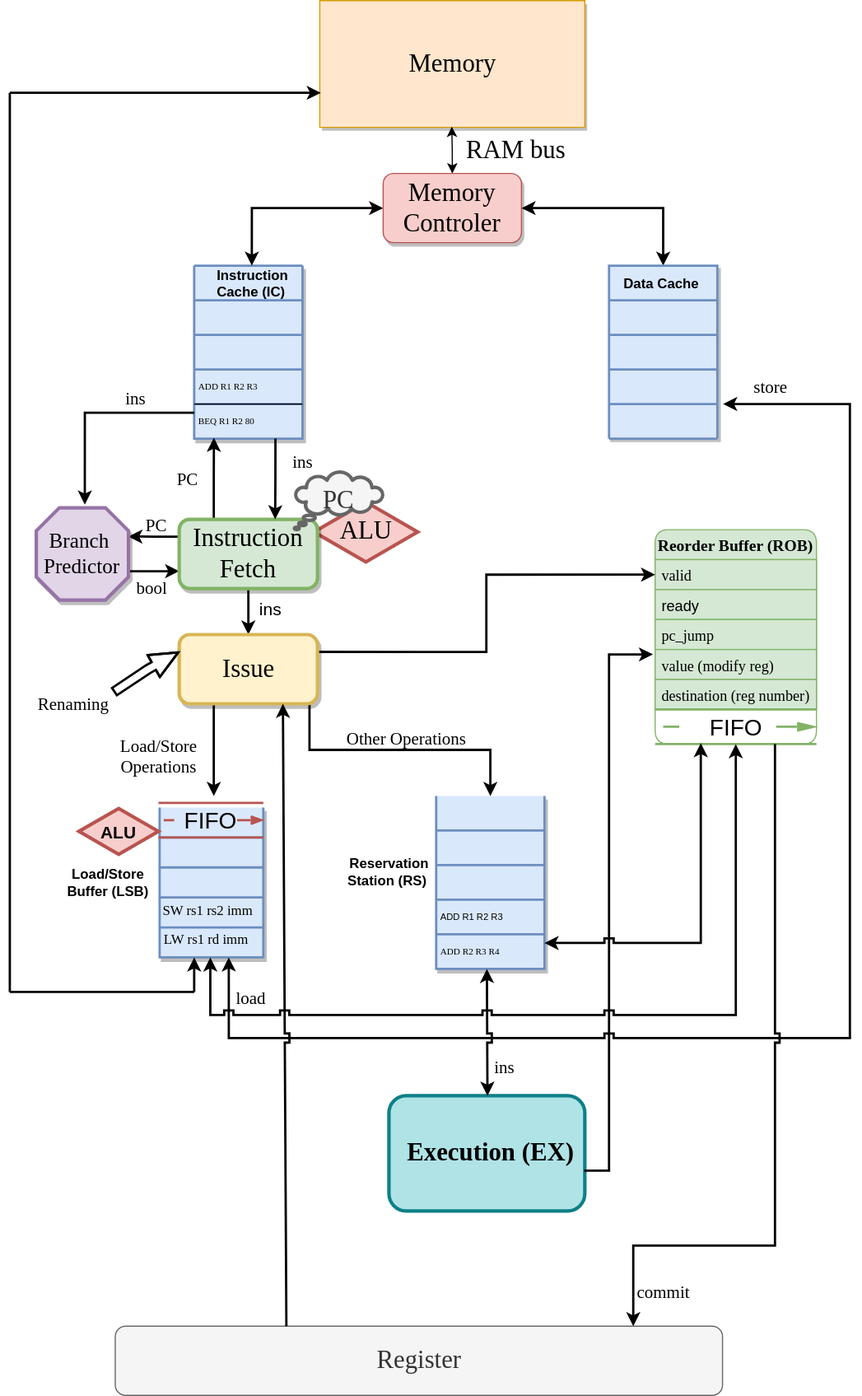
Above: design.svg in Vexoben/RISCV-CPU-for-Course (draw.io), before the change. Source tidied: cells renumbered, new cells last; positions are measured from the earlier drawing's top-left corner, leaving out a move shared by most shapes.
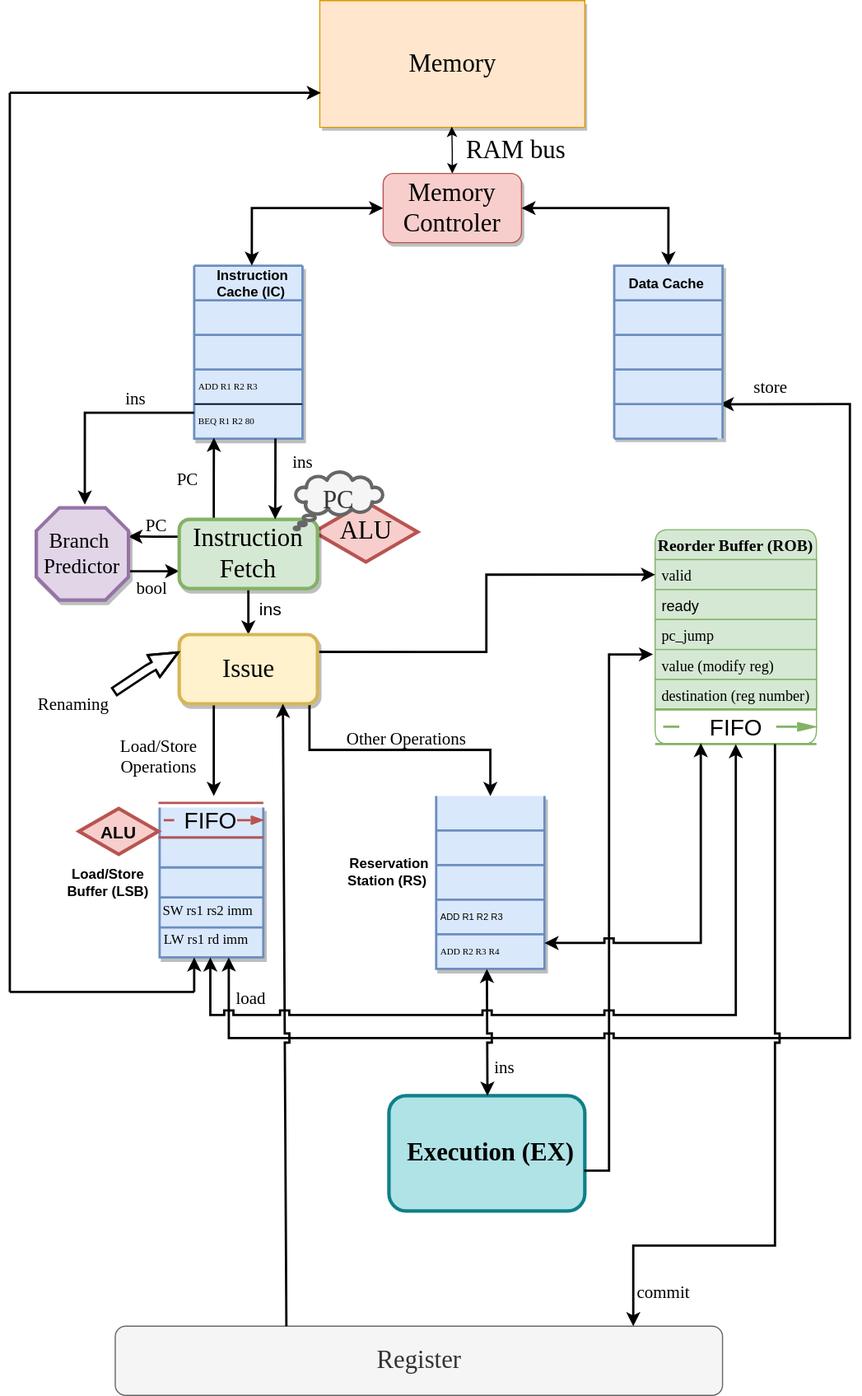
The same diagram one commit later.

The edit, as a diff of the source:
```diff
@@ -132,9 +132,8 @@
     <mxCell id="39" value="RAM bus" style="text;html=1;align=center;verticalAlign=middle;strokeColor=none;fillColor=none;fontSize=22;fontFamily=Times New Roman;" parent="1" vertex="1">
       <mxGeometry x="384" y="110" width="110" height="40" as="geometry" />
     </mxCell>
-    <mxCell id="40" style="edgeStyle=elbowEdgeStyle;rounded=0;jumpStyle=sharp;orthogonalLoop=1;jettySize=auto;html=1;shadow=0;strokeColor=#000000;strokeWidth=2;fontSize=22;fontColor=#000000;startArrow=classic;startFill=1;endArrow=none;endFill=0;elbow=vertical;" parent="1" edge="1">
+    <mxCell id="40" style="edgeStyle=elbowEdgeStyle;rounded=0;jumpStyle=sharp;jettySize=auto;html=1;shadow=0;strokeColor=#000000;strokeWidth=2;fontSize=22;fontColor=#000000;startArrow=classic;startFill=1;endArrow=none;endFill=0;elbow=vertical;exitX=0.974;exitY=0.801;exitDx=0;exitDy=0;exitPerimeter=0;" parent="1" edge="1" source="41">
       <mxGeometry relative="1" as="geometry">
-        <mxPoint x="619" y="350" as="sourcePoint" />
         <mxPoint x="729" y="900" as="targetPoint" />
         <Array as="points">
           <mxPoint x="739" y="350" />
@@ -143,7 +142,7 @@
       </mxGeometry>
     </mxCell>
     <mxCell id="41" style="strokeWidth=2;html=1;shape=mxgraph.lean_mapping.data_box;html=1;rotation=0;fillColor=#dae8fc;strokeColor=#6c8ebf;shadow=1;" parent="1" vertex="1">
-      <mxGeometry x="520" y="230" width="94" height="150" as="geometry" />
+      <mxGeometry x="524.5" y="230" width="94" height="150" as="geometry" />
     </mxCell>
     <mxCell id="42" style="endArrow=none;html=1;rounded=0;entryX=1;entryY=1;entryDx=0;entryDy=0;exitX=0;exitY=1;exitDx=0;exitDy=0;strokeColor=#6C8EBF;" parent="41" edge="1">
       <mxGeometry relative="1" as="geometry">
```
